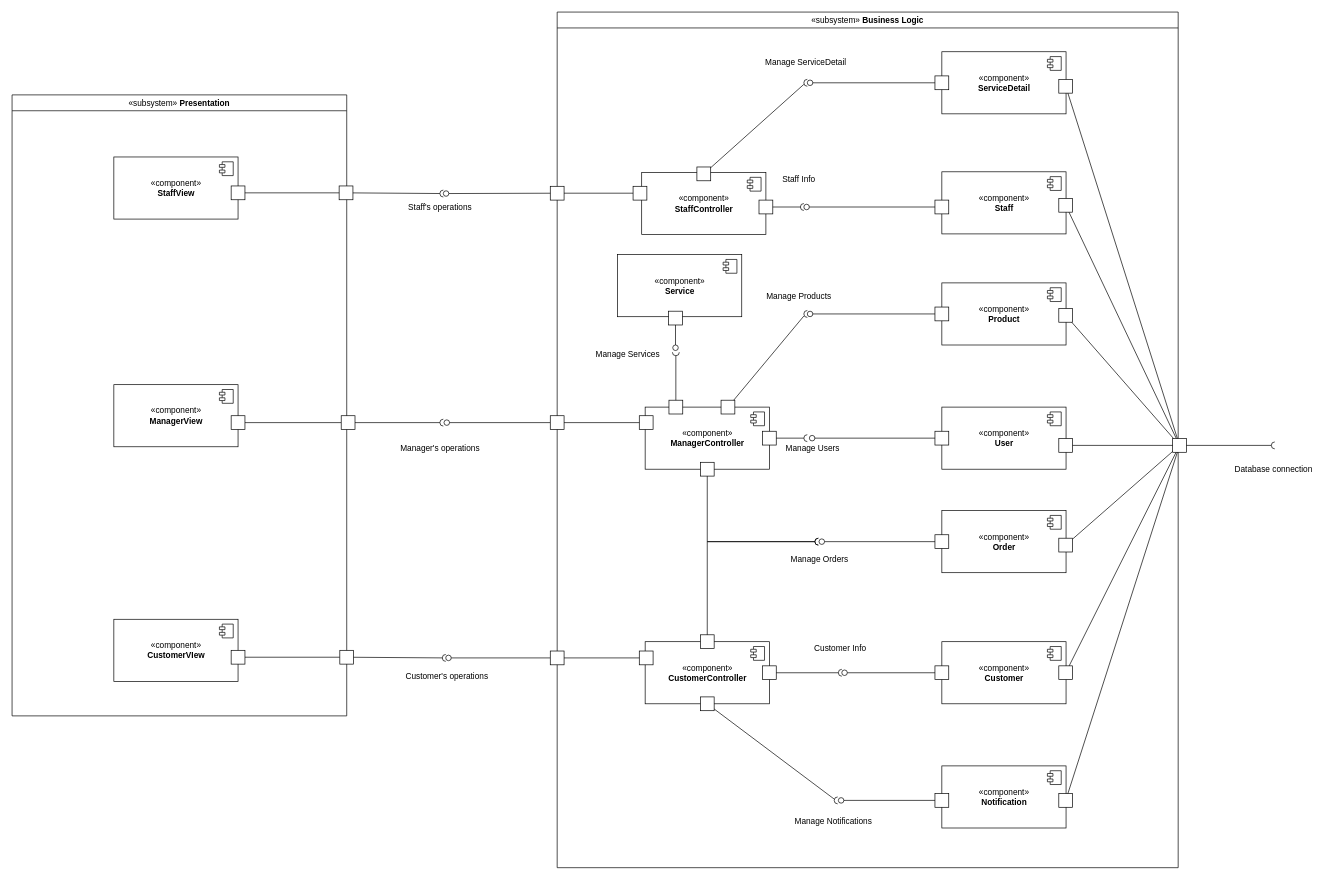
The draw.io diagram petspa-component-diagram.drawio in blueonline07/auth-demo, before the edit. Source tidied: cells renumbered, new cells numbered last; positions are measured from the earlier drawing's top-left corner, leaving out a move shared by most shapes. Both pictures are drawn from the tidied source at 69%, with x=0, y=0 at pixel (12, 12).
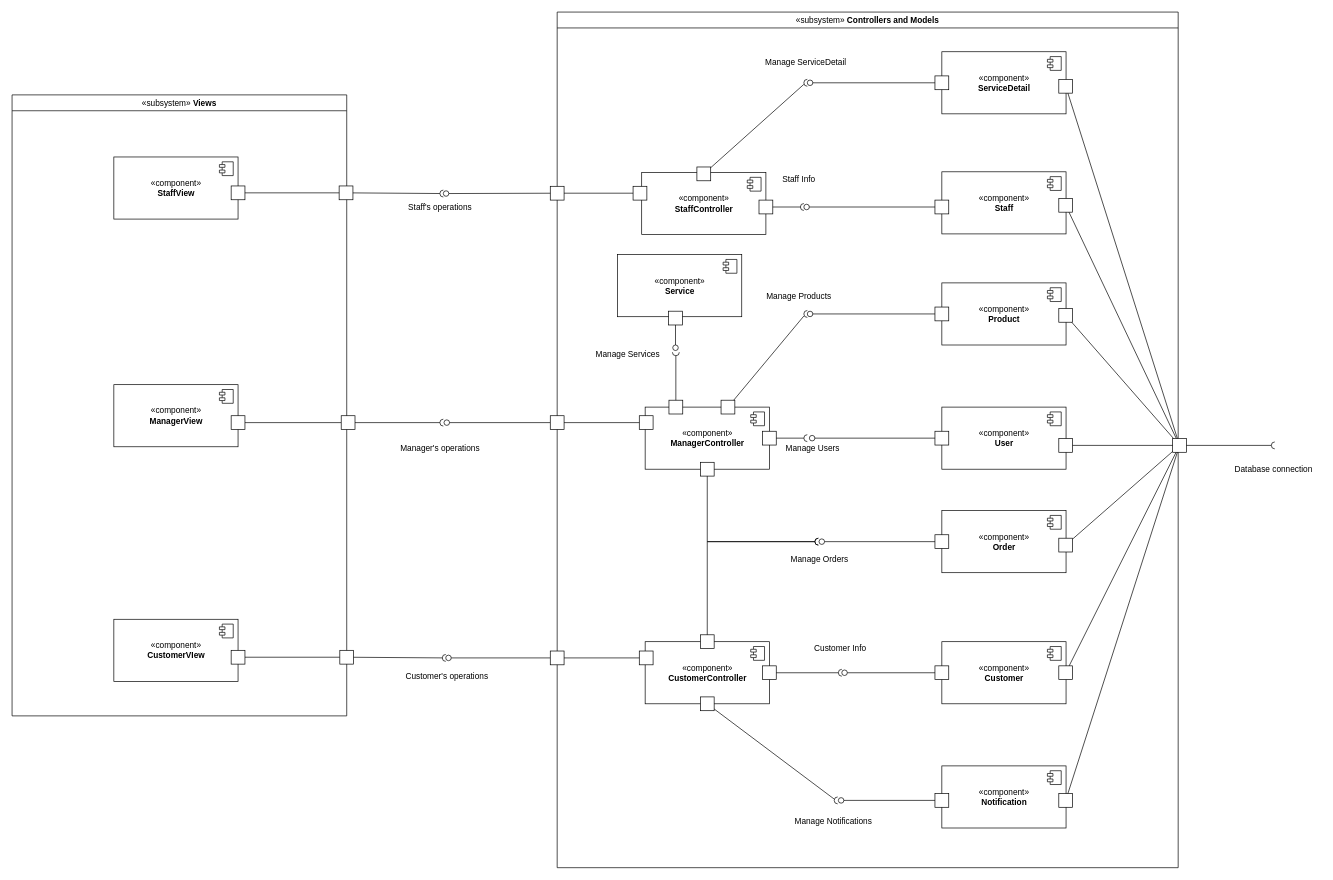
The same diagram, later.

Diff of the diagram source:
```diff
@@
-    <mxCell id="4" value="&lt;span style=&quot;font-weight: 400;&quot;&gt;«subsystem»&amp;nbsp;&lt;/span&gt;&lt;b&gt;Presentation&lt;/b&gt;" style="swimlane;whiteSpace=wrap;html=1;" parent="1" vertex="1">
+    <mxCell id="4" value="&lt;span style=&quot;font-weight: 400;&quot;&gt;«subsystem»&amp;nbsp;&lt;/span&gt;&lt;b&gt;Views&lt;/b&gt;" style="swimlane;whiteSpace=wrap;html=1;" parent="1" vertex="1">
       <mxGeometry y="120" width="485" height="900" as="geometry" />
     </mxCell>
@@
-    <mxCell id="24" value="&lt;span style=&quot;font-weight: 400;&quot;&gt;«subsystem»&amp;nbsp;&lt;/span&gt;&lt;b&gt;Business Logic&lt;/b&gt;" style="swimlane;whiteSpace=wrap;html=1;" parent="1" vertex="1">
+    <mxCell id="24" value="&lt;span style=&quot;font-weight: 400;&quot;&gt;«subsystem»&amp;nbsp;&lt;/span&gt;&lt;b&gt;Controllers and Models&lt;/b&gt;" style="swimlane;whiteSpace=wrap;html=1;" parent="1" vertex="1">
       <mxGeometry x="790" width="900" height="1240" as="geometry" />
     </mxCell>
```
